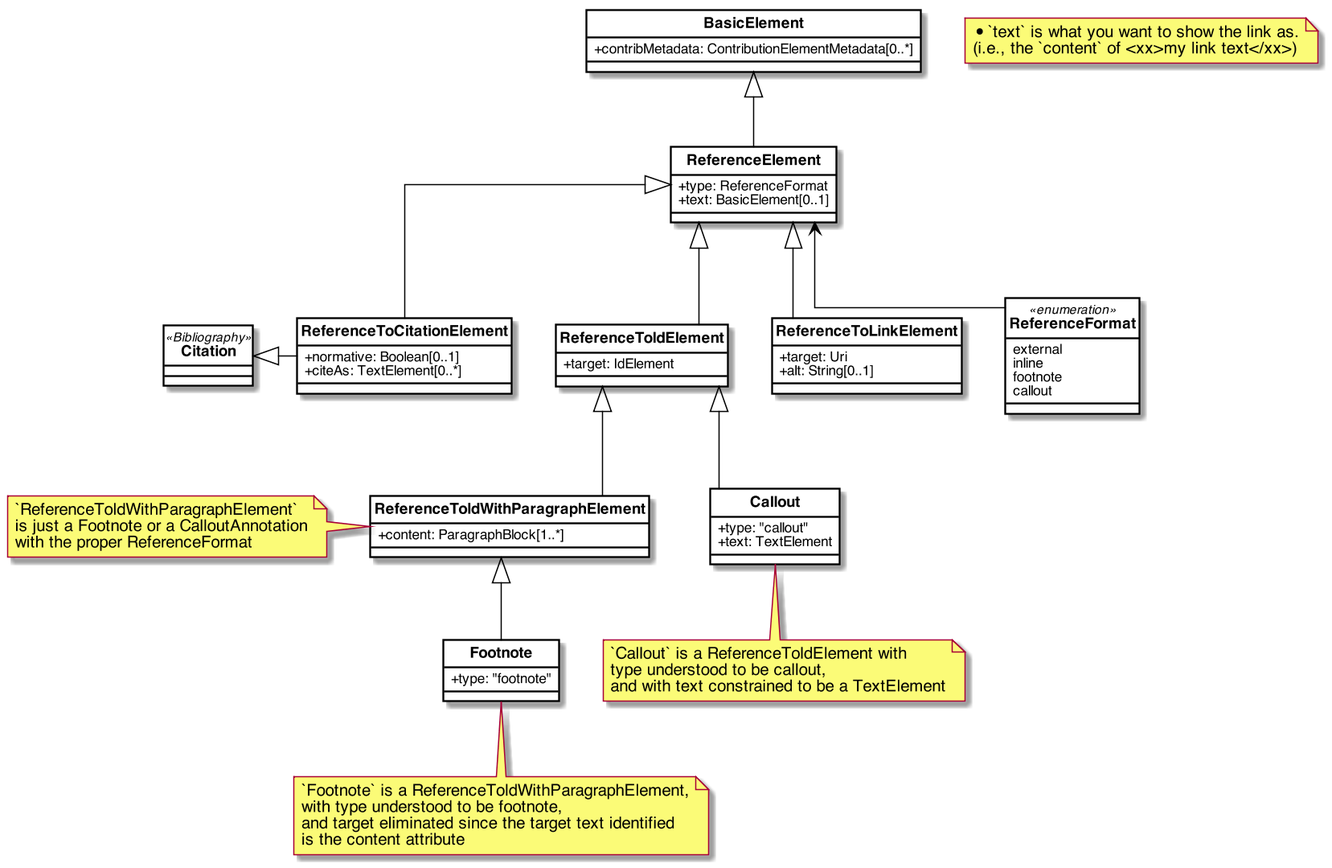
The PlantUML diagram images/ReferenceElements.png in metanorma/basicdoc-models, before a commit.
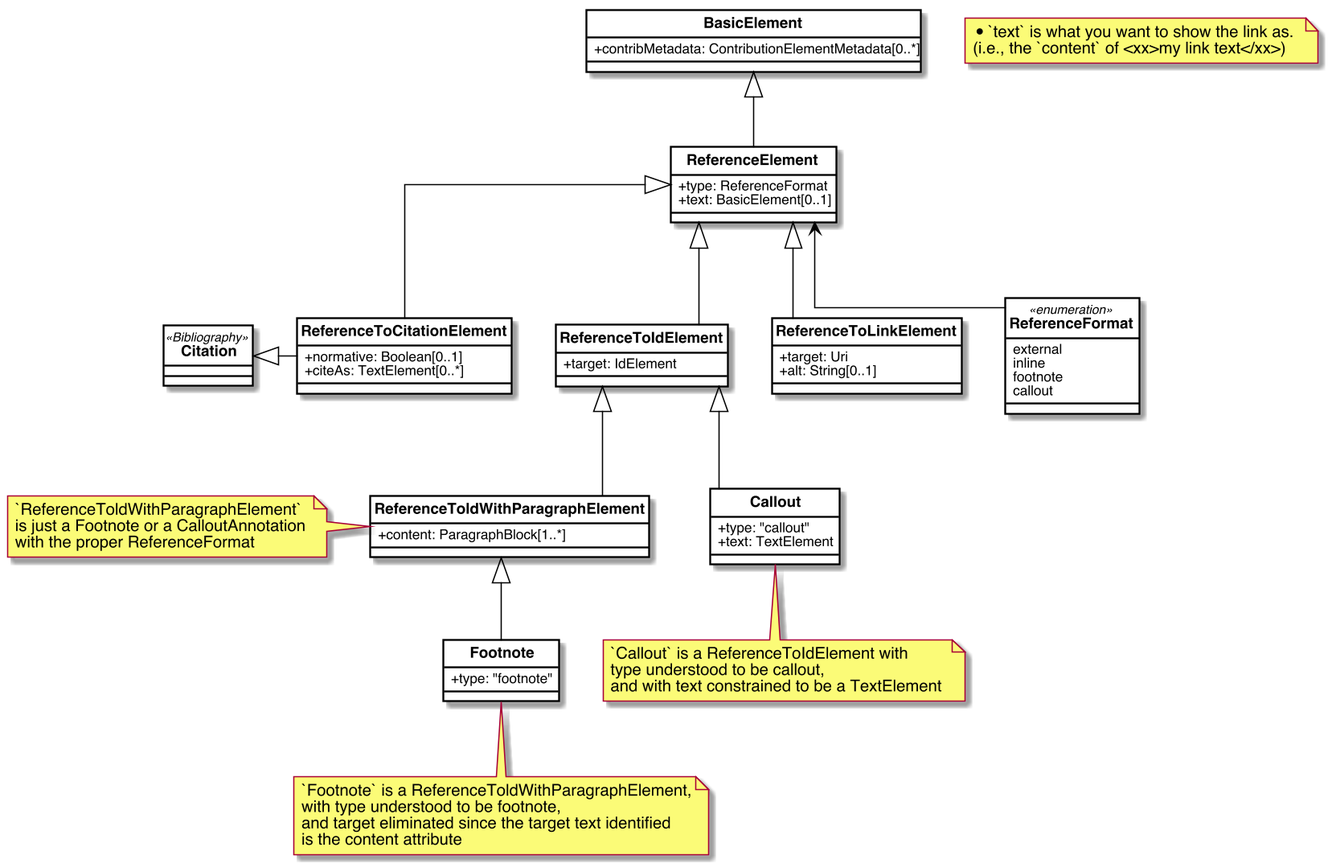
After the change.

Change to the diagram source:
```diff
@@ -53,7 +53,7 @@
 
 }
 
-class ReferenceToldElement{
+class ReferenceToIdElement{
     +target: IdElement
 }
 
@@ -65,7 +65,6 @@
 class ReferenceToCitationElement{
     +normative: Boolean[0..1]
     +citeAs: TextElement[0..*]
-
 }
 
 class ReferenceToldWithParagraphElement{
@@ -92,12 +91,12 @@
 note "* `text` is what you want to show the link as.\n(i.e., the `content` of <xx>my link text</xx>)" as N1
 note left of ReferenceToldWithParagraphElement: `ReferenceToldWithParagraphElement`\nis just a Footnote or a CalloutAnnotation\nwith the proper ReferenceFormat
 note bottom of Footnote: `Footnote` is a ReferenceToldWithParagraphElement,\nwith type understood to be footnote,\nand target eliminated since the target text identified\nis the content attribute
-note bottom of Callout: `Callout` is a ReferenceToldElement with\ntype understood to be callout,\nand with text constrained to be a TextElement
+note bottom of Callout: `Callout` is a ReferenceToIdElement with\ntype understood to be callout,\nand with text constrained to be a TextElement
 
 
 BasicElement <|-- ReferenceElement
 
-ReferenceElement <|-- ReferenceToldElement
+ReferenceElement <|-- ReferenceToIdElement
 ReferenceElement <|-- ReferenceToLinkElement
 ReferenceElement <|-- ReferenceToCitationElement
 
@@ -105,8 +104,8 @@
 
 Citation <|-right- ReferenceToCitationElement
 
-ReferenceToldElement <|-- ReferenceToldWithParagraphElement
-ReferenceToldElement <|-- Callout
+ReferenceToIdElement <|-- ReferenceToldWithParagraphElement
+ReferenceToIdElement <|-- Callout
 
 ReferenceToldWithParagraphElement <|-- Footnote
 
```
